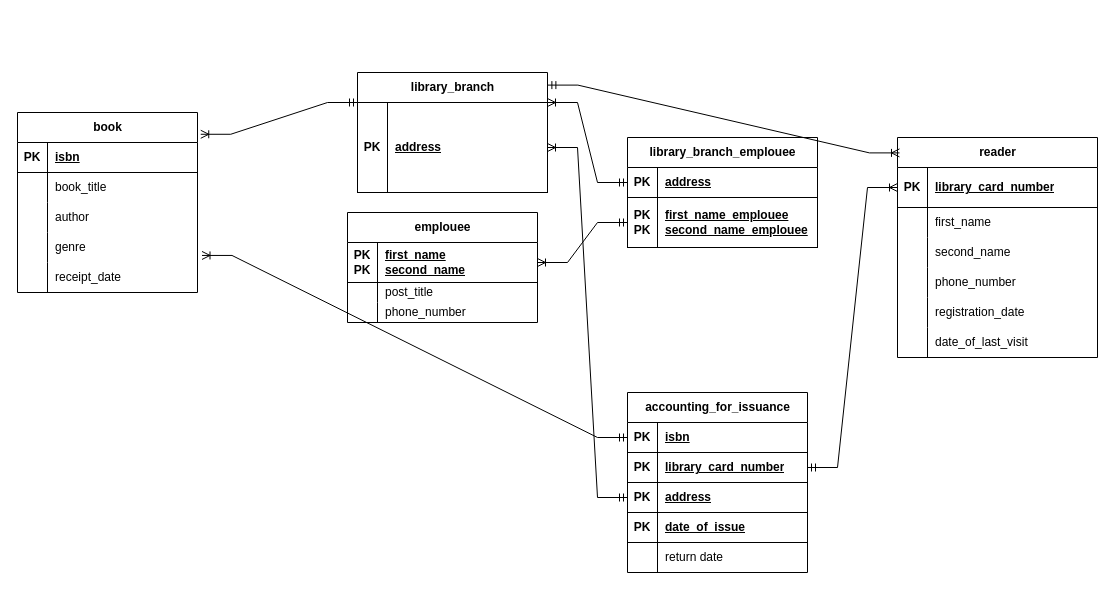
This is Диаграмма без названия.drawio from ValentinKonstantinov/-Database, a draw.io file, before an edit. Source tidied: cells renumbered, new cells numbered last; positions are measured from the earlier drawing's top-left corner, leaving out a move shared by most shapes. Both pictures are drawn from the tidied source at 100%, with x=0, y=0 at pixel (17, 72).
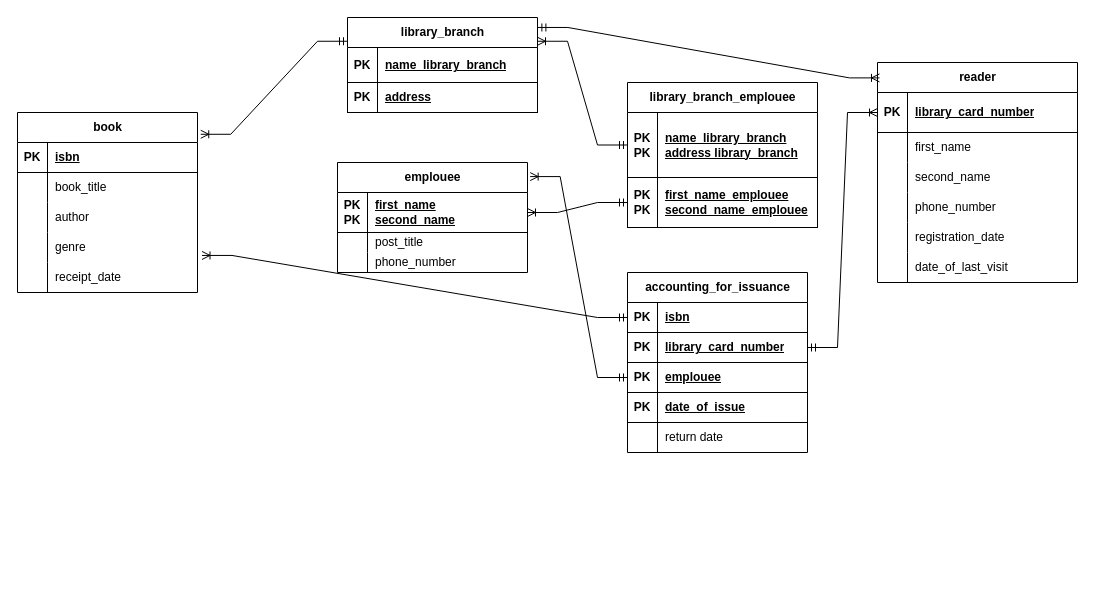
The same page after the edit.

Commit message:
Обновление связей

Unchanged cells that the change refers to:
```xml
<mxCell id="65" style="shape=tableRow;horizontal=0;startSize=0;swimlaneHead=0;swimlaneBody=0;fillColor=none;points=[[0,0.5],[1,0.5]];portConstraint=eastwest;top=0;left=0;right=0;bottom=1;" parent="58" vertex="1">
  <mxGeometry y="90" width="180" height="30" as="geometry" />
</mxCell>
```

Diff of the diagram source:
```diff
@@
     <mxCell id="2" value="emplouee" style="shape=table;startSize=30;childLayout=tableLayout;rowLines=0;fontStyle=1;align=center;html=1;" parent="1" vertex="1">
-      <mxGeometry x="330" y="140" width="190" height="110" as="geometry" />
+      <mxGeometry x="320" y="90" width="190" height="110" as="geometry" />
     </mxCell>
@@
     <mxCell id="12" value="library_branch" style="shape=table;startSize=30;childLayout=tableLayout;rowLines=0;fontStyle=1;align=center;html=1;" parent="1" vertex="1">
-      <mxGeometry x="340" width="190" height="120" as="geometry" />
+      <mxGeometry x="330" y="-55" width="190" height="95" as="geometry" />
     </mxCell>
+    <mxCell id="81" style="shape=tableRow;horizontal=0;startSize=0;swimlaneHead=0;swimlaneBody=0;fillColor=none;top=0;left=0;right=0;bottom=1;" parent="12" vertex="1">
+      <mxGeometry y="30" width="190" height="35" as="geometry" />
+    </mxCell>
+    <mxCell id="82" value="PK" style="shape=partialRectangle;fillColor=none;top=0;left=0;bottom=0;right=0;fontStyle=1;overflow=hidden;whiteSpace=wrap;html=1;" parent="81" vertex="1">
+      <mxGeometry width="30" height="35" as="geometry" />
+    </mxCell>
+    <mxCell id="83" value="name_library_branch" style="shape=partialRectangle;fillColor=none;top=0;left=0;bottom=0;right=0;align=left;spacingLeft=6;fontStyle=5;overflow=hidden;whiteSpace=wrap;html=1;" parent="81" vertex="1">
+      <mxGeometry x="30" width="160" height="35" as="geometry" />
+    </mxCell>
     <mxCell id="13" style="shape=tableRow;horizontal=0;startSize=0;swimlaneHead=0;swimlaneBody=0;fillColor=none;points=[[0,0.5],[1,0.5]];portConstraint=eastwest;top=0;left=0;right=0;bottom=1;" parent="12" vertex="1">
-      <mxGeometry y="30" width="190" height="90" as="geometry" />
+      <mxGeometry y="65" width="190" height="30" as="geometry" />
     </mxCell>
     <mxCell id="14" value="PK" style="shape=partialRectangle;fillColor=none;top=0;left=0;bottom=0;right=0;fontStyle=1;overflow=hidden;whiteSpace=wrap;html=1;" parent="13" vertex="1">
-      <mxGeometry width="30" height="90" as="geometry" />
+      <mxGeometry width="30" height="30" as="geometry" />
     </mxCell>
     <mxCell id="15" value="address" style="shape=partialRectangle;fillColor=none;top=0;left=0;bottom=0;right=0;align=left;spacingLeft=6;fontStyle=5;overflow=hidden;whiteSpace=wrap;html=1;" parent="13" vertex="1">
-      <mxGeometry x="30" width="160" height="90" as="geometry" />
+      <mxGeometry x="30" width="160" height="30" as="geometry" />
     </mxCell>
     <mxCell id="16" value="library_branch_emplouee" style="shape=table;startSize=30;childLayout=tableLayout;rowLines=0;fontStyle=1;align=center;html=1;" parent="1" vertex="1">
-      <mxGeometry x="610" y="65" width="190" height="110" as="geometry" />
+      <mxGeometry x="610" y="10" width="190" height="145" as="geometry" />
     </mxCell>
     <mxCell id="17" style="shape=tableRow;horizontal=0;startSize=0;swimlaneHead=0;swimlaneBody=0;fillColor=none;points=[[0,0.5],[1,0.5]];portConstraint=eastwest;top=0;left=0;right=0;bottom=1;" parent="16" vertex="1">
-      <mxGeometry y="30" width="190" height="30" as="geometry" />
+      <mxGeometry y="30" width="190" height="65" as="geometry" />
     </mxCell>
-    <mxCell id="18" value="PK" style="shape=partialRectangle;fillColor=none;top=0;left=0;bottom=0;right=0;fontStyle=1;overflow=hidden;whiteSpace=wrap;html=1;" parent="17" vertex="1">
-      <mxGeometry width="30" height="30" as="geometry" />
+    <mxCell id="18" value="PK&lt;br&gt;PK" style="shape=partialRectangle;fillColor=none;top=0;left=0;bottom=0;right=0;fontStyle=1;overflow=hidden;whiteSpace=wrap;html=1;" parent="17" vertex="1">
+      <mxGeometry width="30" height="65" as="geometry" />
     </mxCell>
-    <mxCell id="19" value="address" style="shape=partialRectangle;fillColor=none;top=0;left=0;bottom=0;right=0;align=left;spacingLeft=6;fontStyle=5;overflow=hidden;whiteSpace=wrap;html=1;" parent="17" vertex="1">
-      <mxGeometry x="30" width="160" height="30" as="geometry" />
+    <mxCell id="19" value="name_library_branch&lt;br&gt;address&amp;nbsp;library_branch" style="shape=partialRectangle;fillColor=none;top=0;left=0;bottom=0;right=0;align=left;spacingLeft=6;fontStyle=5;overflow=hidden;whiteSpace=wrap;html=1;" parent="17" vertex="1">
+      <mxGeometry x="30" width="160" height="65" as="geometry" />
     </mxCell>
     <mxCell id="20" style="shape=tableRow;horizontal=0;startSize=0;swimlaneHead=0;swimlaneBody=0;fillColor=none;points=[[0,0.5],[1,0.5]];portConstraint=eastwest;top=0;left=0;right=0;bottom=1;" parent="16" vertex="1">
-      <mxGeometry y="60" width="190" height="50" as="geometry" />
+      <mxGeometry y="95" width="190" height="50" as="geometry" />
     </mxCell>
@@
     <mxCell id="39" value="reader" style="shape=table;startSize=30;childLayout=tableLayout;rowLines=0;fontStyle=1;align=center;html=1;" parent="1" vertex="1">
-      <mxGeometry x="880" y="65" width="200" height="220" as="geometry" />
+      <mxGeometry x="860" y="-10" width="200" height="220" as="geometry" />
     </mxCell>
@@
     <mxCell id="58" value="accounting_for_issuance" style="shape=table;startSize=30;childLayout=tableLayout;rowLines=0;fontStyle=1;align=center;html=1;" parent="1" vertex="1">
-      <mxGeometry x="610" y="320" width="180" height="180" as="geometry" />
+      <mxGeometry x="610" y="200" width="180" height="180" as="geometry" />
     </mxCell>
@@
-    <mxCell id="67" value="address" style="shape=partialRectangle;fillColor=none;top=0;left=0;bottom=0;right=0;align=left;spacingLeft=6;fontStyle=5;overflow=hidden;whiteSpace=wrap;html=1;" parent="65" vertex="1">
+    <mxCell id="67" value="emplouee" style="shape=partialRectangle;fillColor=none;top=0;left=0;bottom=0;right=0;align=left;spacingLeft=6;fontStyle=5;overflow=hidden;whiteSpace=wrap;html=1;" parent="65" vertex="1">
       <mxGeometry x="30" width="150" height="30" as="geometry" />
     </mxCell>
@@
-    <mxCell id="80" style="edgeStyle=entityRelationEdgeStyle;fontSize=12;html=1;endArrow=ERoneToMany;startArrow=ERmandOne;rounded=0;exitX=0;exitY=0.5;exitDx=0;exitDy=0;" parent="1" edge="1" source="65" target="13">
+    <mxCell id="80" style="edgeStyle=entityRelationEdgeStyle;fontSize=12;html=1;endArrow=ERoneToMany;startArrow=ERmandOne;rounded=0;exitX=0;exitY=0.5;exitDx=0;exitDy=0;entryX=1.014;entryY=0.128;entryDx=0;entryDy=0;entryPerimeter=0;" parent="1" edge="1" source="65" target="2">
       <mxGeometry relative="1" as="geometry">
         <Array as="points">
           <mxPoint x="394" y="720" />
           <mxPoint x="424" y="700" />
           <mxPoint x="434" y="680" />
           <mxPoint x="454" y="720" />
           <mxPoint x="414" y="690" />
         </Array>
       </mxGeometry>
     </mxCell>
```
